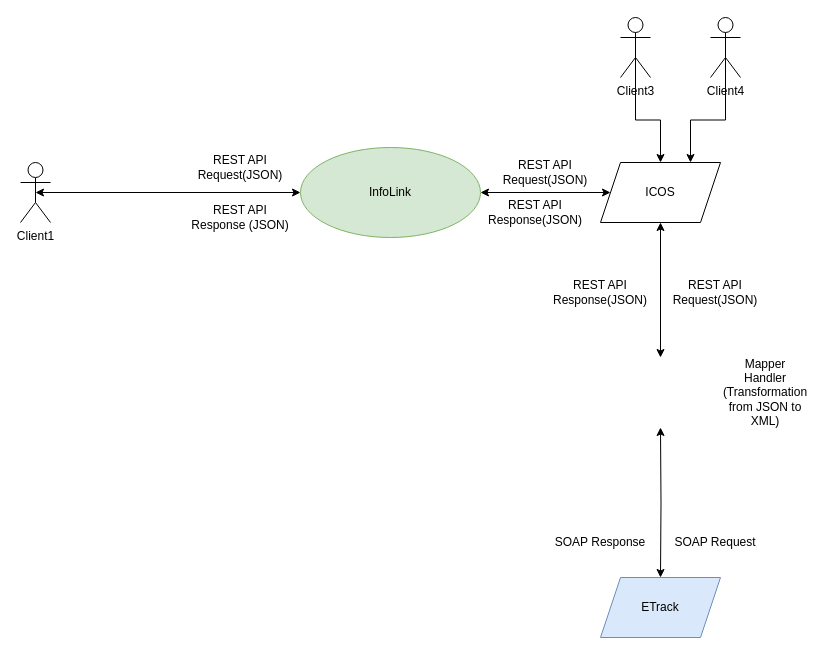
Before: Untitled Diagram.drawio in jassirwani/posta-mind-mapping, a draw.io diagram. Source tidied: cells renumbered, new cells numbered last; positions are measured from the earlier drawing's top-left corner, leaving out a move shared by most shapes. Both pictures are drawn from the tidied source at 100%, with x=0, y=0 at pixel (20, 17).
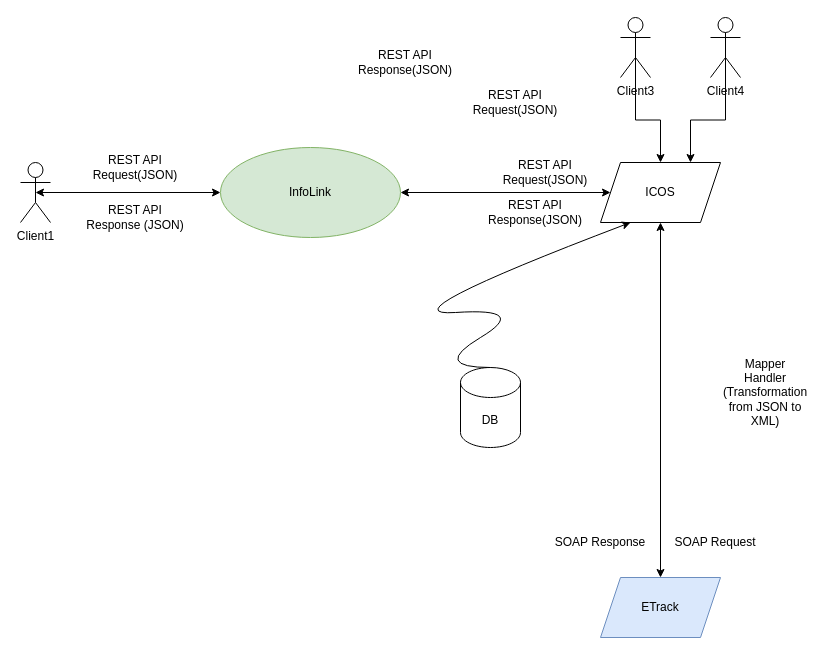
The same page after the edit.

Unchanged cells that the change refers to:
```xml
<mxCell id="6" value="ETrack" style="shape=parallelogram;perimeter=parallelogramPerimeter;whiteSpace=wrap;html=1;fixedSize=1;fillColor=#dae8fc;strokeColor=#6c8ebf;" parent="1" vertex="1">
  <mxGeometry x="580" y="560" width="120" height="60" as="geometry" />
</mxCell>
<mxCell id="13" value="ICOS" style="shape=parallelogram;perimeter=parallelogramPerimeter;whiteSpace=wrap;html=1;fixedSize=1;" parent="1" vertex="1">
  <mxGeometry x="580" y="145" width="120" height="60" as="geometry" />
</mxCell>
```

Change to the diagram source:
```diff
@@
     <mxCell id="5" value="InfoLink" style="ellipse;whiteSpace=wrap;html=1;fillColor=#d5e8d4;strokeColor=#82b366;" parent="1" vertex="1">
-      <mxGeometry x="280" y="130" width="180" height="90" as="geometry" />
+      <mxGeometry x="200" y="130" width="180" height="90" as="geometry" />
     </mxCell>
@@
     <mxCell id="7" value="REST API Request(JSON)" style="text;html=1;strokeColor=none;fillColor=none;align=center;verticalAlign=middle;whiteSpace=wrap;rounded=0;" parent="1" vertex="1">
-      <mxGeometry x="175" y="130" width="90" height="40" as="geometry" />
+      <mxGeometry x="70" y="130" width="90" height="40" as="geometry" />
     </mxCell>
@@
     <mxCell id="11" value="REST API Response (JSON)" style="text;html=1;strokeColor=none;fillColor=none;align=center;verticalAlign=middle;whiteSpace=wrap;rounded=0;" parent="1" vertex="1">
-      <mxGeometry x="170" y="180" width="100" height="40" as="geometry" />
+      <mxGeometry x="65" y="180" width="100" height="40" as="geometry" />
     </mxCell>
-    <mxCell id="12" style="edgeStyle=orthogonalEdgeStyle;rounded=0;jettySize=auto;html=1;exitX=0.5;exitY=1;exitDx=0;exitDy=0;entryX=0.5;entryY=0;entryDx=0;entryDy=0;startArrow=classic;startFill=1;" parent="1" edge="1" source="13">
-      <mxGeometry relative="1" as="geometry">
-        <mxPoint x="640" y="340" as="targetPoint" />
-      </mxGeometry>
+    <mxCell id="12" style="edgeStyle=orthogonalEdgeStyle;rounded=0;jettySize=auto;html=1;exitX=0.5;exitY=1;exitDx=0;exitDy=0;startArrow=classic;startFill=1;entryX=0.5;entryY=0;entryDx=0;entryDy=0;" parent="1" edge="1" source="13" target="6">
+      <mxGeometry relative="1" as="geometry" />
     </mxCell>
@@
-    <mxCell id="14" style="edgeStyle=orthogonalEdgeStyle;rounded=0;jettySize=auto;html=1;exitX=0.5;exitY=1;exitDx=0;exitDy=0;entryX=0.5;entryY=0;entryDx=0;entryDy=0;startArrow=classic;startFill=1;" parent="1" edge="1" target="6">
-      <mxGeometry relative="1" as="geometry">
-        <mxPoint x="640" y="410" as="sourcePoint" />
-      </mxGeometry>
-    </mxCell>
@@
     <mxCell id="17" value="REST API Request(JSON)" style="text;html=1;strokeColor=none;fillColor=none;align=center;verticalAlign=middle;whiteSpace=wrap;rounded=0;" parent="1" vertex="1">
-      <mxGeometry x="640" y="260" width="110" height="30" as="geometry" />
+      <mxGeometry x="440" y="70" width="110" height="30" as="geometry" />
     </mxCell>
     <mxCell id="18" value="REST API Response(JSON)" style="text;html=1;strokeColor=none;fillColor=none;align=center;verticalAlign=middle;whiteSpace=wrap;rounded=0;" parent="1" vertex="1">
-      <mxGeometry x="525" y="260" width="110" height="30" as="geometry" />
+      <mxGeometry x="330" y="30" width="110" height="30" as="geometry" />
     </mxCell>
@@
+    <mxCell id="23" value="DB" style="shape=cylinder3;whiteSpace=wrap;html=1;boundedLbl=1;backgroundOutline=1;size=15;" parent="1" vertex="1">
+      <mxGeometry x="440" y="350" width="60" height="80" as="geometry" />
+    </mxCell>
+    <mxCell id="24" style="curved=1;endArrow=classic;html=1;rounded=0;entryX=0.25;entryY=1;entryDx=0;entryDy=0;exitX=0.5;exitY=0;exitDx=0;exitDy=0;exitPerimeter=0;" parent="1" edge="1" source="23" target="13">
+      <mxGeometry relative="1" as="geometry">
+        <Array as="points">
+          <mxPoint x="410" y="350" />
+          <mxPoint x="510" y="290" />
+          <mxPoint x="360" y="300" />
+        </Array>
+      </mxGeometry>
+    </mxCell>
```
